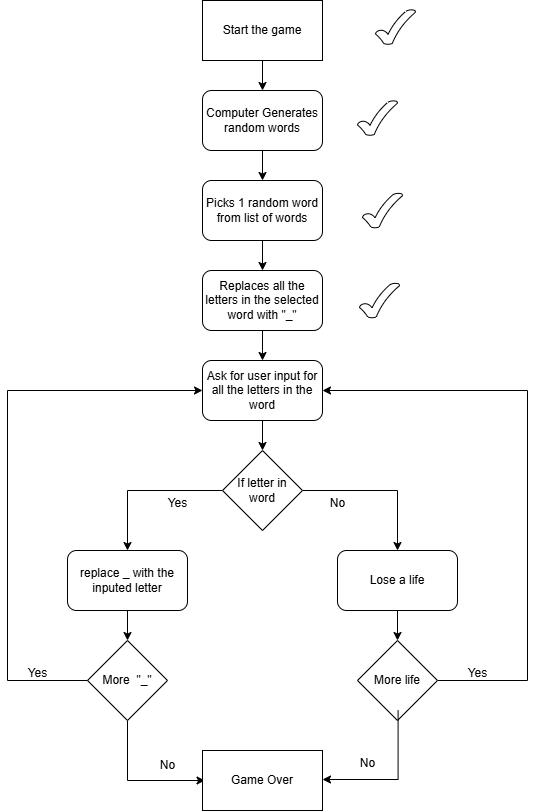
Earlier version of the draw.io export Hangman/Hangman.drawio.png (AnoopGeorge418/Python-Projects). Source tidied: cells renumbered, new cells last; positions are measured from the earlier drawing's top-left corner, leaving out a move shared by most shapes.
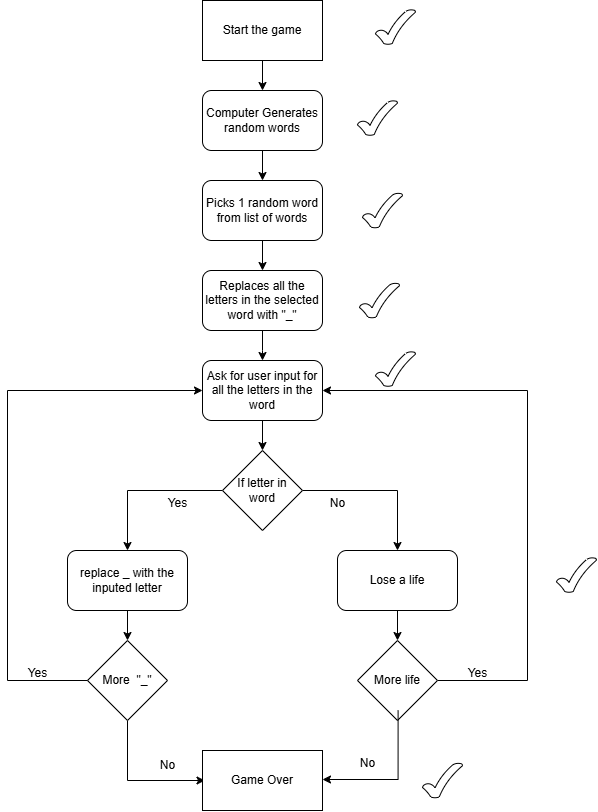
After the commit.

Change to the diagram source:
```diff
@@ -128,5 +128,14 @@
     <mxCell id="35" style="verticalLabelPosition=bottom;verticalAlign=top;html=1;shape=mxgraph.basic.tick;" parent="1" vertex="1">
       <mxGeometry x="352" y="282.5" width="40" height="35" as="geometry" />
     </mxCell>
+    <mxCell id="36" style="verticalLabelPosition=bottom;verticalAlign=top;html=1;shape=mxgraph.basic.tick;" parent="1" vertex="1">
+      <mxGeometry x="368" y="351" width="40" height="35" as="geometry" />
+    </mxCell>
+    <mxCell id="37" style="verticalLabelPosition=bottom;verticalAlign=top;html=1;shape=mxgraph.basic.tick;" parent="1" vertex="1">
+      <mxGeometry x="549" y="557" width="40" height="35" as="geometry" />
+    </mxCell>
+    <mxCell id="38" style="verticalLabelPosition=bottom;verticalAlign=top;html=1;shape=mxgraph.basic.tick;" parent="1" vertex="1">
+      <mxGeometry x="415" y="762.5" width="40" height="35" as="geometry" />
+    </mxCell>
   </root>
 </mxGraphModel>
```
